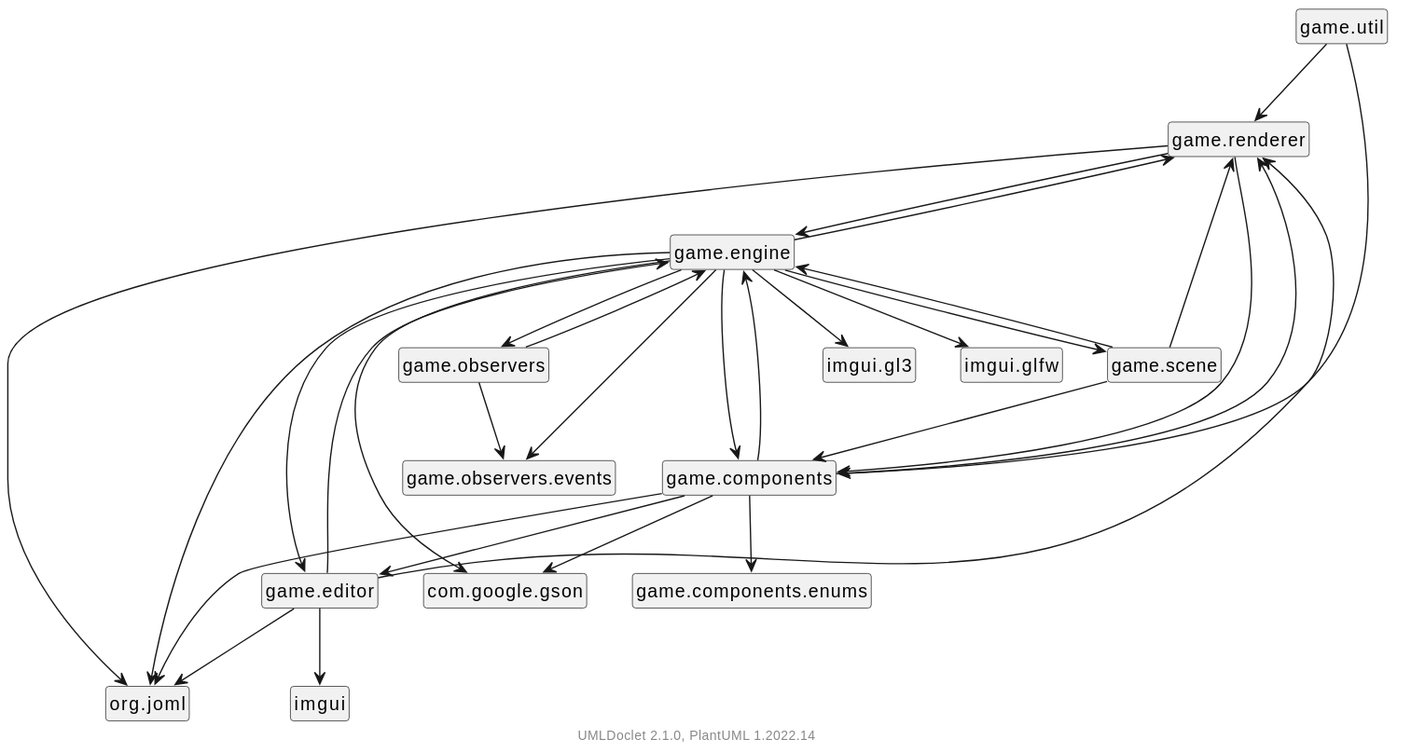
This is doc/javadoc/package-dependencies.svg from Hirschiii/JavaGameEngine, a PlantUML export, as it was before one commit.
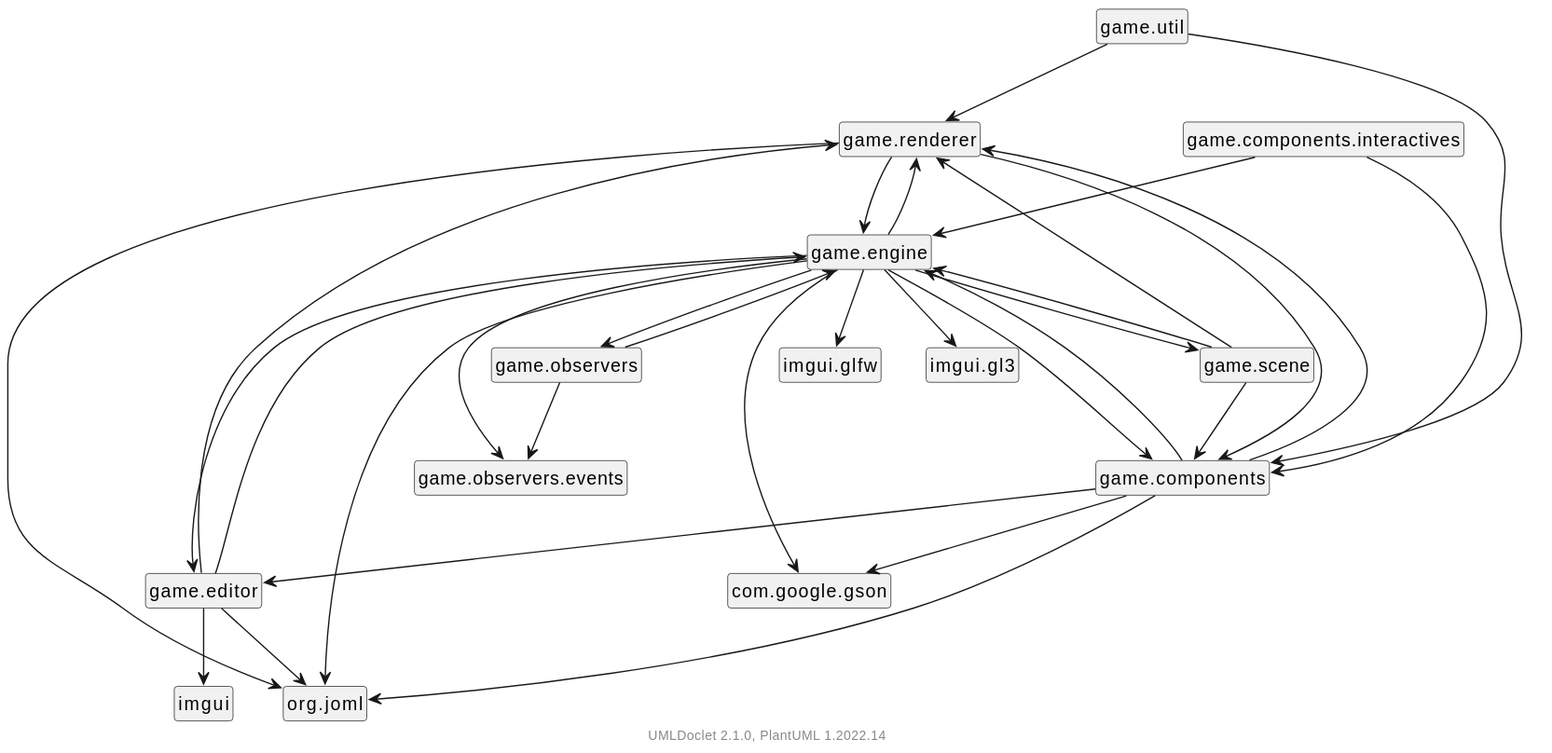
After the change.

What changed in the source:
```diff
@@ -15,7 +15,8 @@
     game.components --> game.renderer
     game.components --> game.editor
     game.components --> com.google.gson
-    game.components --> game.components.enums
+    game.components.interactives --> game.components
+    game.components.interactives --> game.engine
     game.scene --> game.components
     game.scene --> game.engine
     game.scene --> game.renderer
@@ -46,7 +47,7 @@
     }
     class "game.editor" [[game/editor/package-summary.html]] {
     }
-    class "game.components.enums" [[game/components/enums/package-summary.html]] {
+    class "game.components.interactives" [[game/components/interactives/package-summary.html]] {
     }
     class "game.scene" [[game/scene/package-summary.html]] {
     }
```
